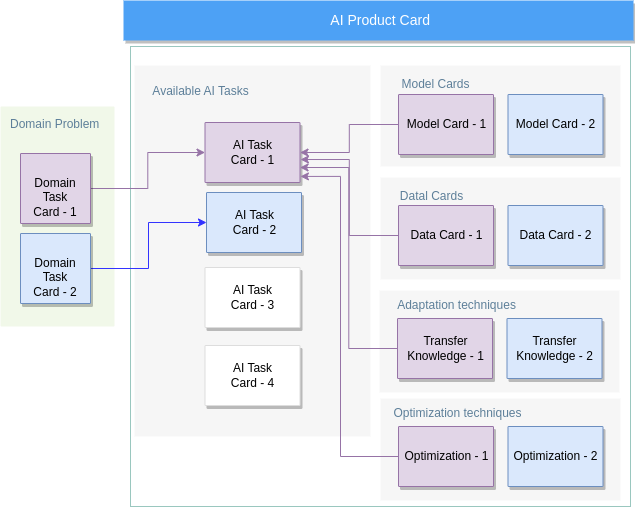
Before: AI_Cards-General_Description.png, a diagram exported from draw.io (tn-aixpa/aipc-model). Source tidied: cells renumbered, new cells last; positions are measured from the earlier drawing's top-left corner, leaving out a move shared by most shapes.
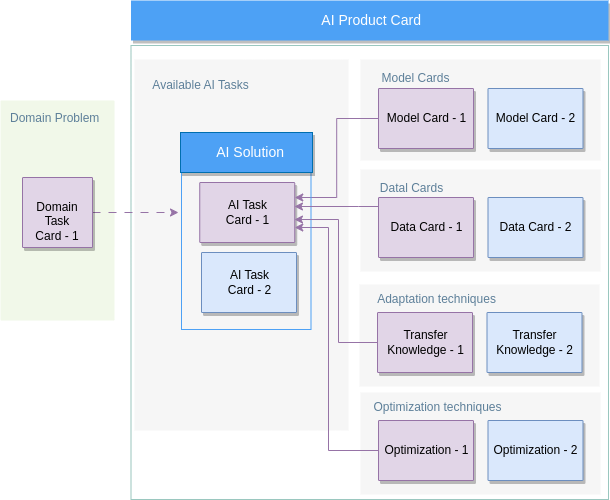
The same diagram one commit later.

What changed in the source:
```diff
@@ -5,44 +5,34 @@
     <mxCell id="2" value="&lt;div style=&quot;&quot;&gt;&lt;br&gt;&lt;/div&gt;" style="shadow=0;fontSize=14;align=left;spacing=10;9E9E9E;verticalAlign=top;spacingTop=-4;fontStyle=0;spacingLeft=40;html=1;fillColor=none;strokeColor=#9AC7BF;" parent="1" vertex="1">
-      <mxGeometry x="130" y="46" width="500" height="460" as="geometry" />
+      <mxGeometry x="-107.5" y="52" width="477.5" height="454" as="geometry" />
     </mxCell>
     <mxCell id="3" value="&lt;div style=&quot;&quot;&gt;&lt;br&gt;&lt;/div&gt;" style="fillColor=#F6F6F6;strokeColor=none;shadow=0;gradientColor=none;fontSize=14;align=left;spacing=10;fontColor=#717171;9E9E9E;verticalAlign=top;spacingTop=-4;fontStyle=0;spacingLeft=40;html=1;" parent="1" vertex="1">
-      <mxGeometry x="134" y="65" width="236" height="371" as="geometry" />
+      <mxGeometry x="-104" y="66" width="214" height="371" as="geometry" />
     </mxCell>
     <mxCell id="4" value="&lt;font color=&quot;#5d7f99&quot;&gt;Domain Problem&lt;/font&gt;" style="rounded=1;absoluteArcSize=1;arcSize=2;html=1;strokeColor=none;gradientColor=none;shadow=0;dashed=0;fontSize=12;fontColor=#9E9E9E;align=left;verticalAlign=top;spacing=10;spacingTop=-4;fillColor=#F1F8E9;" parent="1" vertex="1">
-      <mxGeometry y="106" width="114" height="220" as="geometry" />
+      <mxGeometry x="-238" y="107" width="114" height="220" as="geometry" />
     </mxCell>
     <mxCell id="5" value="&lt;div style=&quot;&quot;&gt;&lt;span style=&quot;background-color: initial;&quot;&gt;AI Product Card&amp;nbsp; &amp;nbsp; &amp;nbsp; &amp;nbsp; &amp;nbsp; &amp;nbsp;&amp;nbsp;&lt;/span&gt;&lt;/div&gt;" style="fillColor=#4DA1F5;strokeColor=none;shadow=1;gradientColor=none;fontSize=14;align=center;spacingLeft=50;fontColor=#ffffff;html=1;" parent="1" vertex="1">
-      <mxGeometry x="123" width="510" height="40" as="geometry" />
+      <mxGeometry x="-107.5" y="7" width="477.5" height="40" as="geometry" />
     </mxCell>
-    <mxCell id="6" style="edgeStyle=orthogonalEdgeStyle;rounded=0;jettySize=auto;html=1;entryX=0;entryY=0.5;entryDx=0;entryDy=0;strokeColor=#9673A6;" parent="1" edge="1" source="7" target="8">
-      <mxGeometry relative="1" as="geometry" />
+    <mxCell id="6" style="edgeStyle=orthogonalEdgeStyle;rounded=0;jettySize=auto;html=1;strokeColor=#9673A6;dashed=1;dashPattern=8 8;" parent="1" edge="1" source="7">
+      <mxGeometry relative="1" as="geometry">
+        <mxPoint x="-60" y="219" as="targetPoint" />
+      </mxGeometry>
     </mxCell>
     <mxCell id="7" value="Domain Task&lt;br&gt;Card - 1" style="strokeColor=#9673a6;fillColor=#e1d5e7;shadow=1;strokeWidth=1;rounded=1;absoluteArcSize=1;arcSize=2;labelPosition=center;verticalLabelPosition=middle;align=center;verticalAlign=bottom;spacingLeft=0;fontSize=12;whiteSpace=wrap;spacingBottom=2;html=1;" parent="1" vertex="1">
-      <mxGeometry x="20" y="153" width="70" height="70" as="geometry" />
+      <mxGeometry x="-216" y="184" width="70" height="70" as="geometry" />
     </mxCell>
     <mxCell id="8" value="&lt;span style=&quot;font-family: Helvetica; font-size: 12px; font-style: normal; font-variant-ligatures: normal; font-variant-caps: normal; letter-spacing: normal; orphans: 2; text-align: center; text-indent: 0px; text-transform: none; widows: 2; word-spacing: 0px; -webkit-text-stroke-width: 0px; text-decoration-thickness: initial; text-decoration-style: initial; text-decoration-color: initial; float: none; display: inline !important;&quot;&gt;AI Task&lt;/span&gt;&lt;br style=&quot;border-color: var(--border-color); font-family: Helvetica; font-size: 12px; font-style: normal; font-variant-ligatures: normal; font-variant-caps: normal; letter-spacing: normal; orphans: 2; text-align: center; text-indent: 0px; text-transform: none; widows: 2; word-spacing: 0px; -webkit-text-stroke-width: 0px; text-decoration-thickness: initial; text-decoration-style: initial; text-decoration-color: initial;&quot;&gt;&lt;span style=&quot;font-family: Helvetica; font-size: 12px; font-style: normal; font-variant-ligatures: normal; font-variant-caps: normal; letter-spacing: normal; orphans: 2; text-align: center; text-indent: 0px; text-transform: none; widows: 2; word-spacing: 0px; -webkit-text-stroke-width: 0px; text-decoration-thickness: initial; text-decoration-style: initial; text-decoration-color: initial; float: none; display: inline !important;&quot;&gt;Card - 1&lt;/span&gt;" style="strokeColor=#9673a6;fillColor=#e1d5e7;shadow=1;strokeWidth=1;rounded=1;absoluteArcSize=1;arcSize=2;fontSize=11;align=center;html=1;" parent="1" vertex="1">
-      <mxGeometry x="204.5" y="122" width="95" height="60" as="geometry" />
+      <mxGeometry x="-38.8" y="189" width="95" height="60" as="geometry" />
     </mxCell>
-    <mxCell id="9" style="edgeStyle=orthogonalEdgeStyle;rounded=0;jettySize=auto;html=1;strokeColor=#3333FF;" parent="1" edge="1" source="10" target="11">
-      <mxGeometry relative="1" as="geometry" />
-    </mxCell>
-    <mxCell id="10" value="Domain Task&lt;br&gt;Card - 2" style="strokeColor=#6c8ebf;fillColor=#dae8fc;shadow=1;strokeWidth=1;rounded=1;absoluteArcSize=1;arcSize=2;labelPosition=center;verticalLabelPosition=middle;align=center;verticalAlign=bottom;spacingLeft=0;fontSize=12;whiteSpace=wrap;spacingBottom=2;html=1;" parent="1" vertex="1">
-      <mxGeometry x="20" y="233" width="70" height="70" as="geometry" />
-    </mxCell>
     <mxCell id="11" value="&lt;span style=&quot;font-family: Helvetica; font-size: 12px; font-style: normal; font-variant-ligatures: normal; font-variant-caps: normal; font-weight: 400; letter-spacing: normal; orphans: 2; text-align: center; text-indent: 0px; text-transform: none; widows: 2; word-spacing: 0px; -webkit-text-stroke-width: 0px; text-decoration-thickness: initial; text-decoration-style: initial; text-decoration-color: initial; float: none; display: inline !important;&quot;&gt;AI Task&lt;/span&gt;&lt;br style=&quot;border-color: var(--border-color); font-family: Helvetica; font-size: 12px; font-style: normal; font-variant-ligatures: normal; font-variant-caps: normal; font-weight: 400; letter-spacing: normal; orphans: 2; text-align: center; text-indent: 0px; text-transform: none; widows: 2; word-spacing: 0px; -webkit-text-stroke-width: 0px; text-decoration-thickness: initial; text-decoration-style: initial; text-decoration-color: initial;&quot;&gt;&lt;span style=&quot;font-family: Helvetica; font-size: 12px; font-style: normal; font-variant-ligatures: normal; font-variant-caps: normal; font-weight: 400; letter-spacing: normal; orphans: 2; text-align: center; text-indent: 0px; text-transform: none; widows: 2; word-spacing: 0px; -webkit-text-stroke-width: 0px; text-decoration-thickness: initial; text-decoration-style: initial; text-decoration-color: initial; float: none; display: inline !important;&quot;&gt;Card - 2&lt;/span&gt;" style="strokeColor=#6c8ebf;fillColor=#dae8fc;shadow=1;strokeWidth=1;rounded=1;absoluteArcSize=1;arcSize=2;fontSize=11;align=center;html=1;" parent="1" vertex="1">
-      <mxGeometry x="206" y="192" width="95" height="60" as="geometry" />
+      <mxGeometry x="-37" y="259" width="95" height="60" as="geometry" />
     </mxCell>
-    <mxCell id="12" value="&lt;font color=&quot;#000000&quot;&gt;&lt;span style=&quot;font-family: Helvetica; font-size: 12px; font-style: normal; font-variant-ligatures: normal; font-variant-caps: normal; font-weight: 400; letter-spacing: normal; orphans: 2; text-align: center; text-indent: 0px; text-transform: none; widows: 2; word-spacing: 0px; -webkit-text-stroke-width: 0px; text-decoration-thickness: initial; text-decoration-style: initial; text-decoration-color: initial; float: none; display: inline !important;&quot;&gt;AI Task&lt;/span&gt;&lt;br style=&quot;border-color: var(--border-color); font-family: Helvetica; font-size: 12px; font-style: normal; font-variant-ligatures: normal; font-variant-caps: normal; font-weight: 400; letter-spacing: normal; orphans: 2; text-align: center; text-indent: 0px; text-transform: none; widows: 2; word-spacing: 0px; -webkit-text-stroke-width: 0px; text-decoration-thickness: initial; text-decoration-style: initial; text-decoration-color: initial;&quot;&gt;&lt;span style=&quot;font-family: Helvetica; font-size: 12px; font-style: normal; font-variant-ligatures: normal; font-variant-caps: normal; font-weight: 400; letter-spacing: normal; orphans: 2; text-align: center; text-indent: 0px; text-transform: none; widows: 2; word-spacing: 0px; -webkit-text-stroke-width: 0px; text-decoration-thickness: initial; text-decoration-style: initial; text-decoration-color: initial; float: none; display: inline !important;&quot;&gt;Card - 3&lt;/span&gt;&lt;/font&gt;" style="strokeColor=#dddddd;fillColor=#ffffff;shadow=1;strokeWidth=1;rounded=1;absoluteArcSize=1;arcSize=2;fontSize=11;fontColor=#9E9E9E;align=center;html=1;" parent="1" vertex="1">
-      <mxGeometry x="204.5" y="267" width="95" height="60" as="geometry" />
-    </mxCell>
-    <mxCell id="13" value="&lt;font color=&quot;#000000&quot;&gt;&lt;span style=&quot;font-family: Helvetica; font-size: 12px; font-style: normal; font-variant-ligatures: normal; font-variant-caps: normal; font-weight: 400; letter-spacing: normal; orphans: 2; text-align: center; text-indent: 0px; text-transform: none; widows: 2; word-spacing: 0px; -webkit-text-stroke-width: 0px; text-decoration-thickness: initial; text-decoration-style: initial; text-decoration-color: initial; float: none; display: inline !important;&quot;&gt;AI Task&lt;/span&gt;&lt;br style=&quot;border-color: var(--border-color); font-family: Helvetica; font-size: 12px; font-style: normal; font-variant-ligatures: normal; font-variant-caps: normal; font-weight: 400; letter-spacing: normal; orphans: 2; text-align: center; text-indent: 0px; text-transform: none; widows: 2; word-spacing: 0px; -webkit-text-stroke-width: 0px; text-decoration-thickness: initial; text-decoration-style: initial; text-decoration-color: initial;&quot;&gt;&lt;span style=&quot;font-family: Helvetica; font-size: 12px; font-style: normal; font-variant-ligatures: normal; font-variant-caps: normal; font-weight: 400; letter-spacing: normal; orphans: 2; text-align: center; text-indent: 0px; text-transform: none; widows: 2; word-spacing: 0px; -webkit-text-stroke-width: 0px; text-decoration-thickness: initial; text-decoration-style: initial; text-decoration-color: initial; float: none; display: inline !important;&quot;&gt;Card - 4&lt;/span&gt;&lt;/font&gt;" style="strokeColor=#dddddd;fillColor=#ffffff;shadow=1;strokeWidth=1;rounded=1;absoluteArcSize=1;arcSize=2;fontSize=11;fontColor=#9E9E9E;align=center;html=1;" parent="1" vertex="1">
-      <mxGeometry x="204.5" y="345" width="95" height="60" as="geometry" />
-    </mxCell>
     <mxCell id="14" value="&lt;font color=&quot;#5d7f99&quot;&gt;Available AI Tasks&lt;/font&gt;" style="text;html=1;align=center;verticalAlign=middle;strokeColor=none;fillColor=none;" parent="1" vertex="1">
-      <mxGeometry x="140" y="76" width="120" height="30" as="geometry" />
+      <mxGeometry x="-98" y="77" width="120" height="30" as="geometry" />
     </mxCell>
     <mxCell id="15" style="fillColor=#F6F6F6;strokeColor=none;shadow=0;gradientColor=none;fontSize=14;align=left;spacing=10;fontColor=#717171;9E9E9E;verticalAlign=top;spacingTop=-4;fontStyle=0;spacingLeft=40;html=1;" parent="1" vertex="1">
-      <mxGeometry x="380" y="65" width="240" height="101" as="geometry" />
+      <mxGeometry x="122" y="66" width="240" height="101" as="geometry" />
     </mxCell>
-    <mxCell id="16" style="edgeStyle=orthogonalEdgeStyle;rounded=0;jettySize=auto;html=1;entryX=1;entryY=0.5;entryDx=0;entryDy=0;fillColor=#d5e8d4;strokeColor=#9673A6;" parent="1" edge="1" source="17" target="8">
+    <mxCell id="16" style="edgeStyle=orthogonalEdgeStyle;rounded=0;jettySize=auto;html=1;entryX=1;entryY=0.25;entryDx=0;entryDy=0;fillColor=#e1d5e7;strokeColor=#9673a6;" parent="1" edge="1" source="17" target="8">
       <mxGeometry relative="1" as="geometry" />
@@ -50,6 +40,6 @@
     <mxCell id="17" value="&lt;span style=&quot;font-family: Helvetica; font-size: 12px; font-style: normal; font-variant-ligatures: normal; font-variant-caps: normal; letter-spacing: normal; orphans: 2; text-align: center; text-indent: 0px; text-transform: none; widows: 2; word-spacing: 0px; -webkit-text-stroke-width: 0px; text-decoration-thickness: initial; text-decoration-style: initial; text-decoration-color: initial; float: none; display: inline !important;&quot;&gt;Model Card - 1&lt;/span&gt;" style="strokeColor=#9673a6;fillColor=#e1d5e7;shadow=1;strokeWidth=1;rounded=1;absoluteArcSize=1;arcSize=2;fontSize=11;align=center;html=1;" parent="1" vertex="1">
-      <mxGeometry x="398" y="94" width="95" height="60" as="geometry" />
+      <mxGeometry x="140" y="95" width="95" height="60" as="geometry" />
     </mxCell>
     <mxCell id="18" value="&lt;span style=&quot;font-family: Helvetica; font-size: 12px; font-style: normal; font-variant-ligatures: normal; font-variant-caps: normal; font-weight: 400; letter-spacing: normal; orphans: 2; text-align: center; text-indent: 0px; text-transform: none; widows: 2; word-spacing: 0px; -webkit-text-stroke-width: 0px; text-decoration-thickness: initial; text-decoration-style: initial; text-decoration-color: initial; float: none; display: inline !important;&quot;&gt;Model Card - 2&lt;/span&gt;" style="strokeColor=#6c8ebf;fillColor=#dae8fc;shadow=1;strokeWidth=1;rounded=1;absoluteArcSize=1;arcSize=2;fontSize=11;align=center;html=1;" parent="1" vertex="1">
-      <mxGeometry x="507.5" y="94" width="95" height="60" as="geometry" />
+      <mxGeometry x="249.5" y="95" width="95" height="60" as="geometry" />
     </mxCell>
@@ -59,54 +49,70 @@
     <mxCell id="20" value="&lt;font color=&quot;#5d7f99&quot;&gt;Model Cards&lt;/font&gt;" style="text;html=1;align=center;verticalAlign=middle;strokeColor=none;fillColor=none;" parent="1" vertex="1">
-      <mxGeometry x="390" y="69" width="90" height="30" as="geometry" />
+      <mxGeometry x="132" y="70" width="90" height="30" as="geometry" />
     </mxCell>
     <mxCell id="21" style="fillColor=#F6F6F6;strokeColor=none;shadow=0;gradientColor=none;fontSize=14;align=left;spacing=10;fontColor=#717171;9E9E9E;verticalAlign=top;spacingTop=-4;fontStyle=0;spacingLeft=40;html=1;" parent="1" vertex="1">
-      <mxGeometry x="380" y="177" width="240" height="102" as="geometry" />
+      <mxGeometry x="122" y="176" width="240" height="102" as="geometry" />
     </mxCell>
-    <mxCell id="22" style="edgeStyle=orthogonalEdgeStyle;rounded=0;jettySize=auto;html=1;entryX=1.005;entryY=0.617;entryDx=0;entryDy=0;entryPerimeter=0;fillColor=#d5e8d4;strokeColor=#9673A6;" parent="1" edge="1" source="23" target="8">
-      <mxGeometry relative="1" as="geometry" />
-    </mxCell>
     <mxCell id="23" value="&lt;span style=&quot;font-family: Helvetica; font-size: 12px; font-style: normal; font-variant-ligatures: normal; font-variant-caps: normal; letter-spacing: normal; orphans: 2; text-align: center; text-indent: 0px; text-transform: none; widows: 2; word-spacing: 0px; -webkit-text-stroke-width: 0px; text-decoration-thickness: initial; text-decoration-style: initial; text-decoration-color: initial; float: none; display: inline !important;&quot;&gt;Data Card - 1&lt;/span&gt;" style="strokeColor=#9673a6;fillColor=#e1d5e7;shadow=1;strokeWidth=1;rounded=1;absoluteArcSize=1;arcSize=2;fontSize=11;align=center;html=1;" parent="1" vertex="1">
-      <mxGeometry x="398" y="205" width="95" height="60" as="geometry" />
+      <mxGeometry x="140" y="204" width="95" height="60" as="geometry" />
     </mxCell>
     <mxCell id="24" value="&lt;span style=&quot;font-family: Helvetica; font-size: 12px; font-style: normal; font-variant-ligatures: normal; font-variant-caps: normal; font-weight: 400; letter-spacing: normal; orphans: 2; text-align: center; text-indent: 0px; text-transform: none; widows: 2; word-spacing: 0px; -webkit-text-stroke-width: 0px; text-decoration-thickness: initial; text-decoration-style: initial; text-decoration-color: initial; float: none; display: inline !important;&quot;&gt;Data Card - 2&lt;/span&gt;" style="strokeColor=#6c8ebf;fillColor=#dae8fc;shadow=1;strokeWidth=1;rounded=1;absoluteArcSize=1;arcSize=2;fontSize=11;align=center;html=1;" parent="1" vertex="1">
-      <mxGeometry x="507.5" y="205" width="95" height="60" as="geometry" />
+      <mxGeometry x="249.5" y="204" width="95" height="60" as="geometry" />
     </mxCell>
     <mxCell id="25" value="&lt;font color=&quot;#5d7f99&quot;&gt;Datal Cards&lt;/font&gt;" style="text;html=1;align=center;verticalAlign=middle;strokeColor=none;fillColor=none;" parent="1" vertex="1">
-      <mxGeometry x="386" y="181" width="90" height="30" as="geometry" />
+      <mxGeometry x="128" y="180" width="90" height="30" as="geometry" />
     </mxCell>
     <mxCell id="26" style="fillColor=#F6F6F6;strokeColor=none;shadow=0;gradientColor=none;fontSize=14;align=left;spacing=10;fontColor=#717171;9E9E9E;verticalAlign=top;spacingTop=-4;fontStyle=0;spacingLeft=40;html=1;" parent="1" vertex="1">
-      <mxGeometry x="379" y="290" width="240" height="102" as="geometry" />
+      <mxGeometry x="121" y="291" width="240" height="102" as="geometry" />
     </mxCell>
-    <mxCell id="27" style="edgeStyle=orthogonalEdgeStyle;rounded=0;jettySize=auto;html=1;entryX=1;entryY=0.75;entryDx=0;entryDy=0;strokeColor=#9673A6;" parent="1" edge="1" source="28" target="8">
-      <mxGeometry relative="1" as="geometry" />
-    </mxCell>
     <mxCell id="28" value="&lt;span style=&quot;font-family: Helvetica; font-size: 12px; font-style: normal; font-variant-ligatures: normal; font-variant-caps: normal; letter-spacing: normal; orphans: 2; text-align: center; text-indent: 0px; text-transform: none; widows: 2; word-spacing: 0px; -webkit-text-stroke-width: 0px; text-decoration-thickness: initial; text-decoration-style: initial; text-decoration-color: initial; float: none; display: inline !important;&quot;&gt;Transfer &lt;br&gt;Knowledge - 1&lt;br&gt;&lt;/span&gt;" style="strokeColor=#9673a6;fillColor=#e1d5e7;shadow=1;strokeWidth=1;rounded=1;absoluteArcSize=1;arcSize=2;fontSize=11;align=center;html=1;" parent="1" vertex="1">
-      <mxGeometry x="397" y="318" width="95" height="60" as="geometry" />
+      <mxGeometry x="139" y="319" width="95" height="60" as="geometry" />
     </mxCell>
     <mxCell id="29" value="&lt;span style=&quot;font-family: Helvetica; font-size: 12px; font-style: normal; font-variant-ligatures: normal; font-variant-caps: normal; font-weight: 400; letter-spacing: normal; orphans: 2; text-align: center; text-indent: 0px; text-transform: none; widows: 2; word-spacing: 0px; -webkit-text-stroke-width: 0px; text-decoration-thickness: initial; text-decoration-style: initial; text-decoration-color: initial; float: none; display: inline !important;&quot;&gt;Transfer&lt;br&gt;Knowledge - 2&lt;br&gt;&lt;/span&gt;" style="strokeColor=#6c8ebf;fillColor=#dae8fc;shadow=1;strokeWidth=1;rounded=1;absoluteArcSize=1;arcSize=2;fontSize=11;align=center;html=1;" parent="1" vertex="1">
-      <mxGeometry x="506.5" y="318" width="95" height="60" as="geometry" />
+      <mxGeometry x="248.5" y="319" width="95" height="60" as="geometry" />
     </mxCell>
     <mxCell id="30" value="&lt;font color=&quot;#5d7f99&quot;&gt;Adaptation techniques&lt;/font&gt;" style="text;html=1;align=center;verticalAlign=middle;strokeColor=none;fillColor=none;" parent="1" vertex="1">
-      <mxGeometry x="386" y="290" width="140" height="30" as="geometry" />
+      <mxGeometry x="128" y="291" width="140" height="30" as="geometry" />
     </mxCell>
     <mxCell id="31" style="fillColor=#F6F6F6;strokeColor=none;shadow=0;gradientColor=none;fontSize=14;align=left;spacing=10;fontColor=#717171;9E9E9E;verticalAlign=top;spacingTop=-4;fontStyle=0;spacingLeft=40;html=1;" parent="1" vertex="1">
-      <mxGeometry x="380" y="398" width="240" height="102" as="geometry" />
+      <mxGeometry x="122" y="399" width="240" height="102" as="geometry" />
     </mxCell>
-    <mxCell id="32" style="edgeStyle=orthogonalEdgeStyle;rounded=0;jettySize=auto;html=1;entryX=0.703;entryY=0.299;entryDx=0;entryDy=0;entryPerimeter=0;strokeColor=#9673A6;" parent="1" edge="1" source="33" target="3">
-      <mxGeometry relative="1" as="geometry">
-        <Array as="points">
-          <mxPoint x="340" y="456" />
-          <mxPoint x="340" y="176" />
-        </Array>
-      </mxGeometry>
-    </mxCell>
+    <mxCell id="36" style="edgeStyle=orthogonalEdgeStyle;rounded=0;jettySize=auto;html=1;entryX=1;entryY=0.75;entryDx=0;entryDy=0;fillColor=#e1d5e7;strokeColor=#9673a6;" parent="1" edge="1" source="33" target="8">
+      <mxGeometry relative="1" as="geometry">
+        <Array as="points">
+          <mxPoint x="90" y="457" />
+          <mxPoint x="90" y="234" />
+        </Array>
+      </mxGeometry>
+    </mxCell>
     <mxCell id="33" value="&lt;span style=&quot;font-family: Helvetica; font-size: 12px; font-style: normal; font-variant-ligatures: normal; font-variant-caps: normal; letter-spacing: normal; orphans: 2; text-align: center; text-indent: 0px; text-transform: none; widows: 2; word-spacing: 0px; -webkit-text-stroke-width: 0px; text-decoration-thickness: initial; text-decoration-style: initial; text-decoration-color: initial; float: none; display: inline !important;&quot;&gt;Optimization - 1&lt;br&gt;&lt;/span&gt;" style="strokeColor=#9673a6;fillColor=#e1d5e7;shadow=1;strokeWidth=1;rounded=1;absoluteArcSize=1;arcSize=2;fontSize=11;align=center;html=1;" parent="1" vertex="1">
-      <mxGeometry x="398" y="426" width="95" height="60" as="geometry" />
+      <mxGeometry x="140" y="427" width="95" height="60" as="geometry" />
     </mxCell>
     <mxCell id="34" value="&lt;span style=&quot;font-family: Helvetica; font-size: 12px; font-style: normal; font-variant-ligatures: normal; font-variant-caps: normal; font-weight: 400; letter-spacing: normal; orphans: 2; text-align: center; text-indent: 0px; text-transform: none; widows: 2; word-spacing: 0px; -webkit-text-stroke-width: 0px; text-decoration-thickness: initial; text-decoration-style: initial; text-decoration-color: initial; float: none; display: inline !important;&quot;&gt;Optimization - 2&lt;br&gt;&lt;/span&gt;" style="strokeColor=#6c8ebf;fillColor=#dae8fc;shadow=1;strokeWidth=1;rounded=1;absoluteArcSize=1;arcSize=2;fontSize=11;align=center;html=1;" parent="1" vertex="1">
-      <mxGeometry x="507.5" y="426" width="95" height="60" as="geometry" />
+      <mxGeometry x="249.5" y="427" width="95" height="60" as="geometry" />
     </mxCell>
     <mxCell id="35" value="&lt;font color=&quot;#5d7f99&quot;&gt;Optimization techniques&lt;/font&gt;" style="text;html=1;align=center;verticalAlign=middle;strokeColor=none;fillColor=none;" parent="1" vertex="1">
-      <mxGeometry x="382" y="398" width="150" height="30" as="geometry" />
+      <mxGeometry x="124" y="399" width="150" height="30" as="geometry" />
     </mxCell>
+    <mxCell id="37" value="&lt;div style=&quot;&quot;&gt;&lt;br&gt;&lt;/div&gt;" style="shadow=0;fontSize=14;align=left;spacing=10;9E9E9E;verticalAlign=top;spacingTop=-4;fontStyle=0;spacingLeft=40;html=1;fillColor=none;strokeColor=#4DA1F5;" parent="1" vertex="1">
+      <mxGeometry x="-57" y="176.5" width="129.5" height="159.5" as="geometry" />
+    </mxCell>
+    <mxCell id="38" value="&lt;div style=&quot;&quot;&gt;&lt;span style=&quot;background-color: initial;&quot;&gt;AI Solution&amp;nbsp; &amp;nbsp; &amp;nbsp; &amp;nbsp; &amp;nbsp; &amp;nbsp;&lt;/span&gt;&lt;/div&gt;" style="fillColor=#4DA1F5;strokeColor=#006EAF;shadow=1;fontSize=14;align=center;spacingLeft=50;html=1;fontColor=#ffffff;" parent="1" vertex="1">
+      <mxGeometry x="-58" y="139" width="132" height="40" as="geometry" />
+    </mxCell>
+    <mxCell id="22" style="edgeStyle=orthogonalEdgeStyle;rounded=0;jettySize=auto;html=1;entryX=0.997;entryY=0.4;entryDx=0;entryDy=0;entryPerimeter=0;fillColor=#e1d5e7;strokeColor=#9673a6;" parent="1" edge="1" source="23" target="8">
+      <mxGeometry relative="1" as="geometry">
+        <Array as="points">
+          <mxPoint x="120" y="213" />
+          <mxPoint x="120" y="213" />
+        </Array>
+      </mxGeometry>
+    </mxCell>
+    <mxCell id="27" style="edgeStyle=orthogonalEdgeStyle;rounded=0;jettySize=auto;html=1;entryX=0.997;entryY=0.617;entryDx=0;entryDy=0;entryPerimeter=0;fillColor=#e1d5e7;strokeColor=#9673a6;" parent="1" edge="1" source="28" target="8">
+      <mxGeometry relative="1" as="geometry">
+        <Array as="points">
+          <mxPoint x="100" y="349" />
+          <mxPoint x="100" y="226" />
+        </Array>
+      </mxGeometry>
+    </mxCell>
   </root>
```
